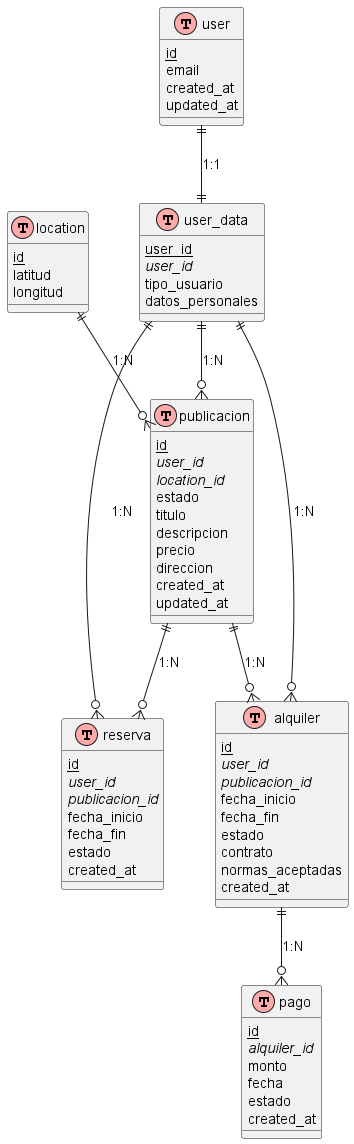
The PlantUML diagram src/diagrams/entidad_relacion.png in FacuDemarchi/residencias, before a commit.
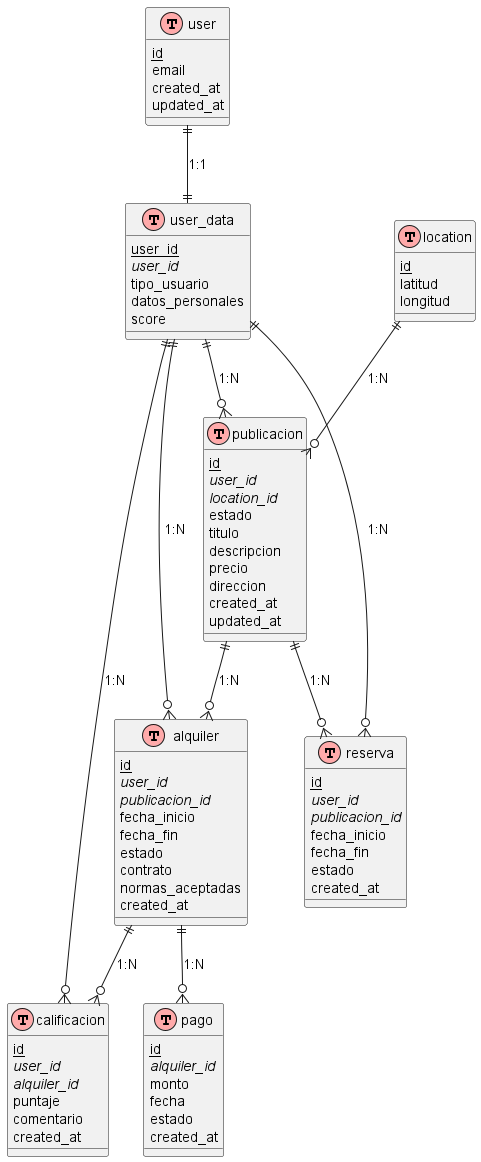
After the change.

Commit message:
Actualiza diagramas: se reemplazan los archivos de casos de uso, entidad relación y estados de alquiler por versiones nuevas.

What changed in the source:
```diff
@@ -16,6 +16,7 @@
   foreign_key(user_id)
   tipo_usuario
   datos_personales
+  score
 }
 
 table(location) {
@@ -68,13 +69,24 @@
   created_at
 }
 
+table(calificacion) {
+  primary_key(id)
+  foreign_key(user_id)
+  foreign_key(alquiler_id)
+  puntaje
+  comentario
+  created_at
+}
+
 user ||--|| user_data : "1:1"
 user_data ||--o{ publicacion : "1:N"
 user_data ||--o{ reserva : "1:N"
 user_data ||--o{ alquiler : "1:N"
+user_data ||--o{ calificacion : "1:N"
 publicacion ||--o{ reserva : "1:N"
 publicacion ||--o{ alquiler : "1:N"
 alquiler ||--o{ pago : "1:N"
+alquiler ||--o{ calificacion : "1:N"
 location ||--o{ publicacion : "1:N"
 
 @enduml
```
